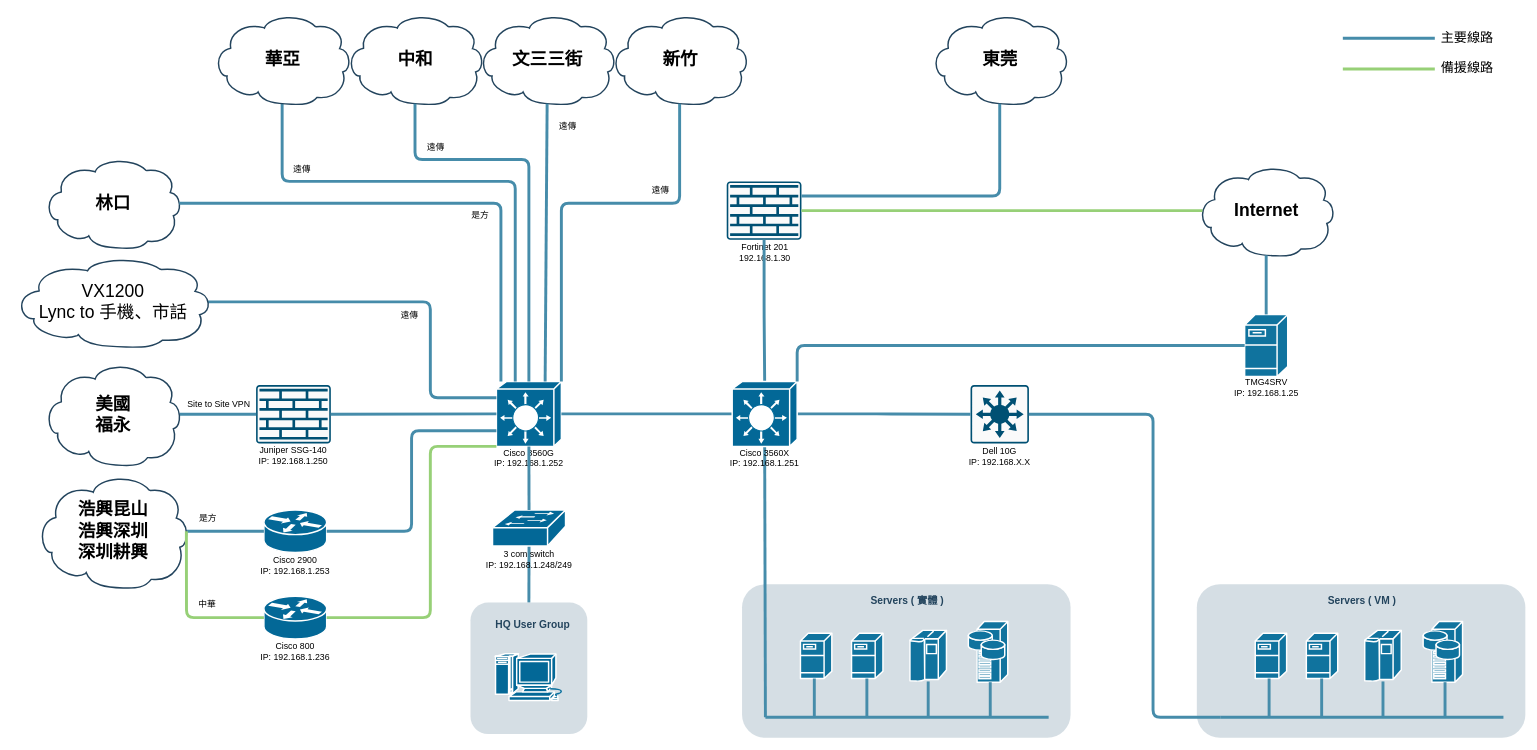
Above: HQ-V2.drawio in KevinKuo2519/AI-Prpgram (draw.io), before the change. Source tidied: cells renumbered, new cells numbered last; positions are measured from the earlier drawing's top-left corner, leaving out a move shared by most shapes. Both pictures are drawn from the tidied source at 73%, with x=0, y=0 at pixel (13, 13).
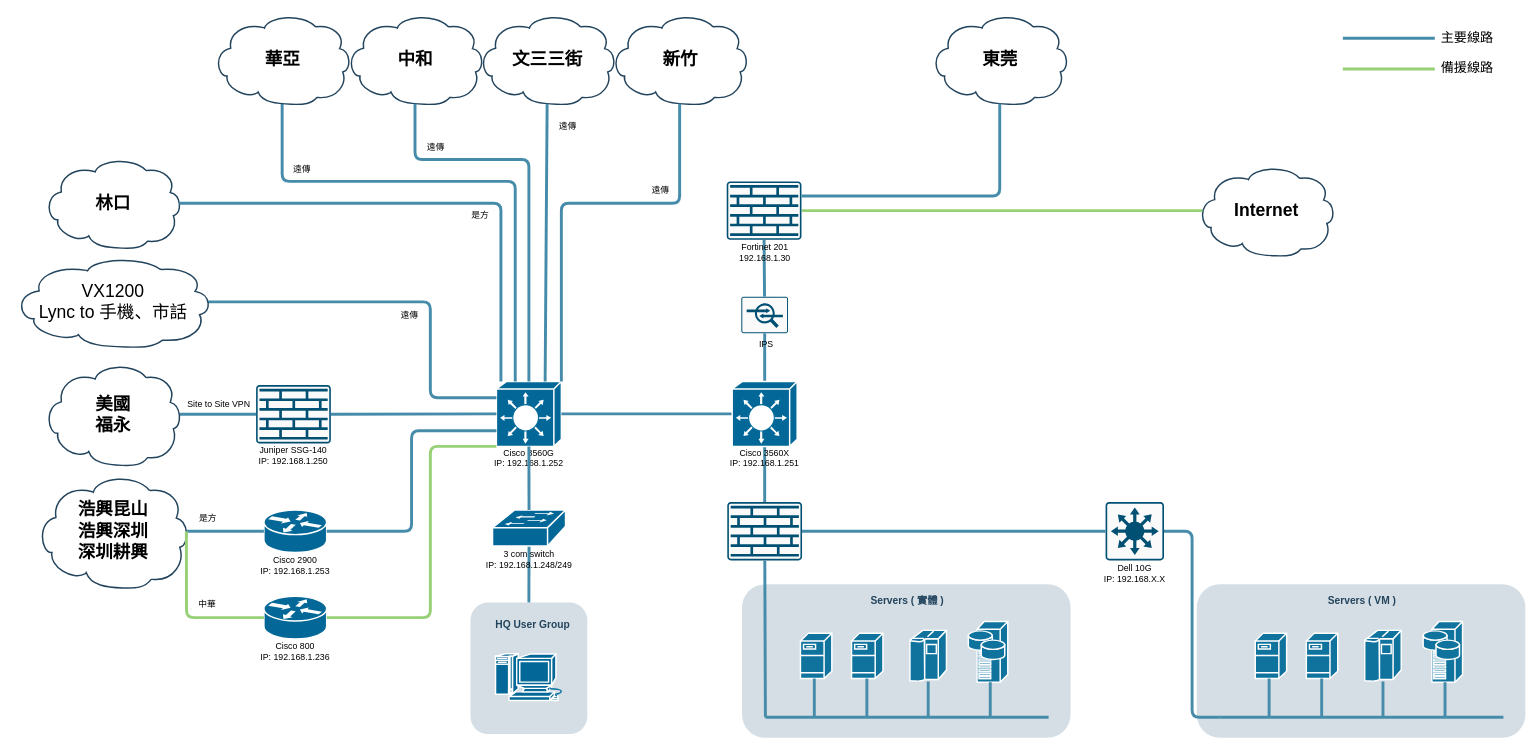
Above is the later version.

Unchanged cells that the change refers to:
```xml
<mxCell id="8" style="line;html=1;strokeColor=#468CAA;" parent="2" vertex="1">
  <mxGeometry x="32" y="177" width="388" height="10" as="geometry" />
</mxCell>
<mxCell id="23" style="sketch=0;points=[[0.015,0.015,0],[0.985,0.015,0],[0.985,0.985,0],[0.015,0.985,0],[0.25,0,0],[0.5,0,0],[0.75,0,0],[1,0.25,0],[1,0.5,0],[1,0.75,0],[0.75,1,0],[0.5,1,0],[0.25,1,0],[0,0.75,0],[0,0.5,0],[0,0.25,0]];verticalLabelPosition=bottom;html=1;verticalAlign=top;align=center;shape=mxgraph.cisco19.rect;prIcon=l3_switch;fillColor=#FAFAFA;strokeColor=#005073;" parent="22" vertex="1">
  <mxGeometry x="5" width="80" height="80" as="geometry" />
</mxCell>
<mxCell id="44" style="line;html=1;strokeColor=#468CAA;" parent="38" vertex="1">
  <mxGeometry x="32" y="177" width="388" height="10" as="geometry" />
</mxCell>
<mxCell id="67" style="shape=mxgraph.cisco.switches.layer_3_switch;sketch=0;html=1;dashed=0;fillColor=#036897;strokeColor=#ffffff;strokeWidth=2;verticalLabelPosition=bottom;verticalAlign=top;align=center;outlineConnect=0;" parent="66" vertex="1">
  <mxGeometry x="10.5" width="89" height="89" as="geometry" />
</mxCell>
<mxCell id="73" value="&lt;p style=&quot;margin-top: 0pt; margin-bottom: 0pt; margin-left: 0in; direction: ltr; unicode-bidi: embed; word-break: normal; font-size: 23px;&quot;&gt;&lt;/p&gt;&lt;p style=&quot;margin-top: 0pt; margin-bottom: 0pt; margin-left: 0in; direction: ltr; unicode-bidi: embed; word-break: normal;&quot;&gt;&lt;font color=&quot;#000000&quot;&gt;Internet&lt;/font&gt;&lt;/p&gt;" style="shape=mxgraph.cisco.storage.cloud;html=1;dashed=0;strokeColor=#23445D;fillColor=#ffffff;strokeWidth=2;fontFamily=Helvetica;fontSize=24;fontColor=#23445D;align=center;fontStyle=1;" parent="1" vertex="1">
  <mxGeometry x="1621" y="207.5" width="190" height="125" as="geometry" />
</mxCell>
```

Change to the diagram source:
```diff
@@
     <mxCell id="22" style="group;" parent="1" vertex="1">
-      <mxGeometry x="1306" y="509" width="90" height="113" as="geometry" />
+      <mxGeometry x="1491" y="669.2" width="90" height="113" as="geometry" />
     </mxCell>
@@
-    <mxCell id="26" style="edgeStyle=orthogonalEdgeStyle;rounded=1;jettySize=auto;html=1;exitX=1;exitY=0.5;exitDx=0;exitDy=0;exitPerimeter=0;entryX=0;entryY=0.5;entryDx=0;entryDy=0;entryPerimeter=0;strokeColor=#468CAA;strokeWidth=4;endArrow=none;endFill=0;" parent="1" edge="1" source="67" target="23">
-      <mxGeometry relative="1" as="geometry" />
-    </mxCell>
@@
-    <mxCell id="33" style="group;" parent="1" vertex="1">
-      <mxGeometry x="976.5" y="230" width="105" height="112" as="geometry" />
-    </mxCell>
-    <mxCell id="34" style="sketch=0;points=[[0.015,0.015,0],[0.985,0.015,0],[0.985,0.985,0],[0.015,0.985,0],[0.25,0,0],[0.5,0,0],[0.75,0,0],[1,0.25,0],[1,0.5,0],[1,0.75,0],[0.75,1,0],[0.5,1,0],[0.25,1,0],[0,0.75,0],[0,0.5,0],[0,0.25,0]];verticalLabelPosition=bottom;html=1;verticalAlign=top;align=center;shape=mxgraph.cisco19.rect;prIcon=firewall;fillColor=#FAFAFA;strokeColor=#005073;" parent="33" vertex="1">
-      <mxGeometry x="0.5" width="102.4" height="80" as="geometry" />
-    </mxCell>
-    <mxCell id="35" value="Fortinet 201&lt;br&gt;192.168.1.30" style="text;html=1;strokeColor=none;fillColor=none;align=center;verticalAlign=middle;whiteSpace=wrap;rounded=0;" parent="33" vertex="1">
-      <mxGeometry y="82" width="105" height="30" as="geometry" />
-    </mxCell>
@@
-    <mxCell id="37" style="rounded=1;jettySize=auto;html=1;entryX=0.5;entryY=0;entryDx=0;entryDy=0;entryPerimeter=0;endArrow=none;endFill=0;strokeWidth=4;strokeColor=#468CAA;edgeStyle=orthogonalEdgeStyle;exitX=0.5;exitY=1;exitDx=0;exitDy=0;exitPerimeter=0;" parent="1" edge="1" source="34" target="67">
+    <mxCell id="37" style="rounded=1;jettySize=auto;html=1;entryX=0.5;entryY=0;entryDx=0;entryDy=0;entryPerimeter=0;endArrow=none;endFill=0;strokeWidth=4;strokeColor=#468CAA;" parent="1" edge="1" source="110" target="67">
       <mxGeometry relative="1" as="geometry" />
     </mxCell>
@@
-    <mxCell id="50" style="rounded=1;jettySize=auto;html=1;exitX=1;exitY=0.5;exitDx=0;exitDy=0;exitPerimeter=0;entryX=0;entryY=0.5;entryDx=0;entryDy=0;entryPerimeter=0;strokeWidth=4;strokeColor=#468CAA;edgeStyle=orthogonalEdgeStyle;endArrow=none;endFill=0;" parent="1" edge="1" source="23" target="44">
-      <mxGeometry relative="1" as="geometry">
-        <Array as="points">
-          <mxPoint x="1561" y="549" />
-          <mxPoint x="1561" y="964" />
-        </Array>
-      </mxGeometry>
+    <mxCell id="50" style="rounded=1;jettySize=auto;html=1;entryX=0;entryY=0.5;entryDx=0;entryDy=0;entryPerimeter=0;strokeWidth=4;strokeColor=#468CAA;endArrow=none;endFill=0;edgeStyle=orthogonalEdgeStyle;" parent="1" edge="1" source="23" target="44">
+      <mxGeometry relative="1" as="geometry" />
     </mxCell>
@@
-    <mxCell id="55" style="rounded=1;jettySize=auto;html=1;exitX=0;exitY=0.5;exitDx=0;exitDy=0;exitPerimeter=0;entryX=0.5;entryY=1;entryDx=0;entryDy=0;entryPerimeter=0;strokeColor=#468CAA;strokeWidth=4;endArrow=none;endFill=0;" parent="1" edge="1" source="8" target="67">
+    <mxCell id="55" style="rounded=1;jettySize=auto;html=1;strokeColor=#468CAA;strokeWidth=4;endArrow=none;endFill=0;" parent="1" edge="1" source="107" target="67">
       <mxGeometry relative="1" as="geometry" />
     </mxCell>
@@
-    <mxCell id="75" style="group;" parent="1" vertex="1">
-      <mxGeometry x="1663.5" y="412.2" width="105" height="115.5" as="geometry" />
-    </mxCell>
-    <mxCell id="76" style="shape=mxgraph.cisco.servers.fileserver;html=1;dashed=0;fillColor=#10739E;strokeColor=#ffffff;strokeWidth=2;verticalLabelPosition=bottom;verticalAlign=top;fontFamily=Helvetica;fontSize=36;fontColor=#FFB366;" parent="75" vertex="1">
-      <mxGeometry x="23" width="59" height="85" as="geometry" />
-    </mxCell>
-    <mxCell id="77" value="TMG4SRV&lt;br&gt;IP: 192.168.1.25" style="text;html=1;strokeColor=none;fillColor=none;align=center;verticalAlign=middle;whiteSpace=wrap;rounded=0;" parent="75" vertex="1">
-      <mxGeometry y="85.5" width="105" height="30" as="geometry" />
-    </mxCell>
-    <mxCell id="78" style="rounded=1;jettySize=auto;html=1;exitX=0.5;exitY=0;exitDx=0;exitDy=0;exitPerimeter=0;entryX=0.5;entryY=0.99;entryDx=0;entryDy=0;entryPerimeter=0;endArrow=none;endFill=0;strokeColor=#468CAA;strokeWidth=4;" parent="1" edge="1" source="76" target="73">
-      <mxGeometry relative="1" as="geometry" />
-    </mxCell>
@@
-    <mxCell id="81" style="rounded=1;jettySize=auto;html=1;exitX=0;exitY=0.5;exitDx=0;exitDy=0;exitPerimeter=0;entryX=1;entryY=0;entryDx=0;entryDy=0;entryPerimeter=0;endArrow=none;endFill=0;strokeWidth=4;strokeColor=#468CAA;edgeStyle=orthogonalEdgeStyle;" parent="1" edge="1" source="76" target="67">
-      <mxGeometry relative="1" as="geometry" />
-    </mxCell>
@@
+    <mxCell id="106" style="rounded=1;jettySize=auto;html=1;exitX=0;exitY=0.5;exitDx=0;exitDy=0;exitPerimeter=0;strokeColor=#468CAA;strokeWidth=4;endArrow=none;endFill=0;" parent="1" edge="1" source="8" target="107">
+      <mxGeometry relative="1" as="geometry" />
+    </mxCell>
+    <mxCell id="107" style="sketch=0;points=[[0.015,0.015,0],[0.985,0.015,0],[0.985,0.985,0],[0.015,0.985,0],[0.25,0,0],[0.5,0,0],[0.75,0,0],[1,0.25,0],[1,0.5,0],[1,0.75,0],[0.75,1,0],[0.5,1,0],[0.25,1,0],[0,0.75,0],[0,0.5,0],[0,0.25,0]];verticalLabelPosition=bottom;html=1;verticalAlign=top;align=center;shape=mxgraph.cisco19.rect;prIcon=firewall;fillColor=#FAFAFA;strokeColor=#005073;" parent="1" vertex="1">
+      <mxGeometry x="977.8" y="669.2" width="102.4" height="80" as="geometry" />
+    </mxCell>
+    <mxCell id="108" style="rounded=1;jettySize=auto;html=1;strokeColor=#468CAA;strokeWidth=4;endArrow=none;endFill=0;" parent="1" edge="1" source="23" target="107">
+      <mxGeometry relative="1" as="geometry" />
+    </mxCell>
+    <mxCell id="109" style="rounded=1;jettySize=auto;html=1;endArrow=none;endFill=0;strokeWidth=4;strokeColor=#468CAA;exitX=0.5;exitY=1;exitDx=0;exitDy=0;exitPerimeter=0;" parent="1" edge="1" source="34" target="110">
+      <mxGeometry relative="1" as="geometry" />
+    </mxCell>
+    <mxCell id="110" style="sketch=0;points=[[0.015,0.015,0],[0.985,0.015,0],[0.985,0.985,0],[0.015,0.985,0],[0.25,0,0],[0.5,0,0],[0.75,0,0],[1,0.25,0],[1,0.5,0],[1,0.75,0],[0.75,1,0],[0.5,1,0],[0.25,1,0],[0,0.75,0],[0,0.5,0],[0,0.25,0]];verticalLabelPosition=bottom;html=1;verticalAlign=top;align=center;shape=mxgraph.cisco19.rect;prIcon=ips_ids;fillColor=#FAFAFA;strokeColor=#005073;" parent="1" vertex="1">
+      <mxGeometry x="997" y="388" width="64" height="50" as="geometry" />
+    </mxCell>
+    <mxCell id="33" style="group;" parent="1" vertex="1">
+      <mxGeometry x="976.5" y="230" width="105" height="112" as="geometry" />
+    </mxCell>
+    <mxCell id="34" style="sketch=0;points=[[0.015,0.015,0],[0.985,0.015,0],[0.985,0.985,0],[0.015,0.985,0],[0.25,0,0],[0.5,0,0],[0.75,0,0],[1,0.25,0],[1,0.5,0],[1,0.75,0],[0.75,1,0],[0.5,1,0],[0.25,1,0],[0,0.75,0],[0,0.5,0],[0,0.25,0]];verticalLabelPosition=bottom;html=1;verticalAlign=top;align=center;shape=mxgraph.cisco19.rect;prIcon=firewall;fillColor=#FAFAFA;strokeColor=#005073;" parent="33" vertex="1">
+      <mxGeometry x="0.5" width="102.4" height="80" as="geometry" />
+    </mxCell>
+    <mxCell id="35" value="Fortinet 201&lt;br&gt;192.168.1.30" style="text;html=1;strokeColor=none;fillColor=none;align=center;verticalAlign=middle;whiteSpace=wrap;rounded=0;" parent="33" vertex="1">
+      <mxGeometry y="82" width="105" height="30" as="geometry" />
+    </mxCell>
+    <mxCell id="111" value="IPS" style="text;html=1;strokeColor=none;fillColor=none;align=center;verticalAlign=middle;whiteSpace=wrap;rounded=0;" parent="1" vertex="1">
+      <mxGeometry x="979" y="438" width="105" height="30" as="geometry" />
+    </mxCell>
```
